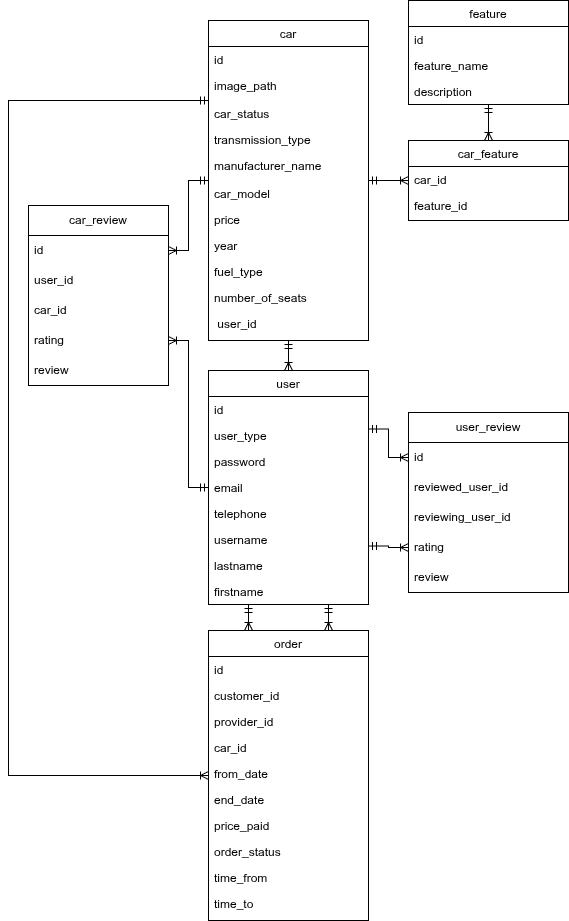
Before: Doc/databaseScheme.drawio.png, a diagram exported from draw.io (Nezerpz/IDATA2306-Project-2025). Source tidied: cells renumbered, new cells last; positions are measured from the earlier drawing's top-left corner, leaving out a move shared by most shapes.
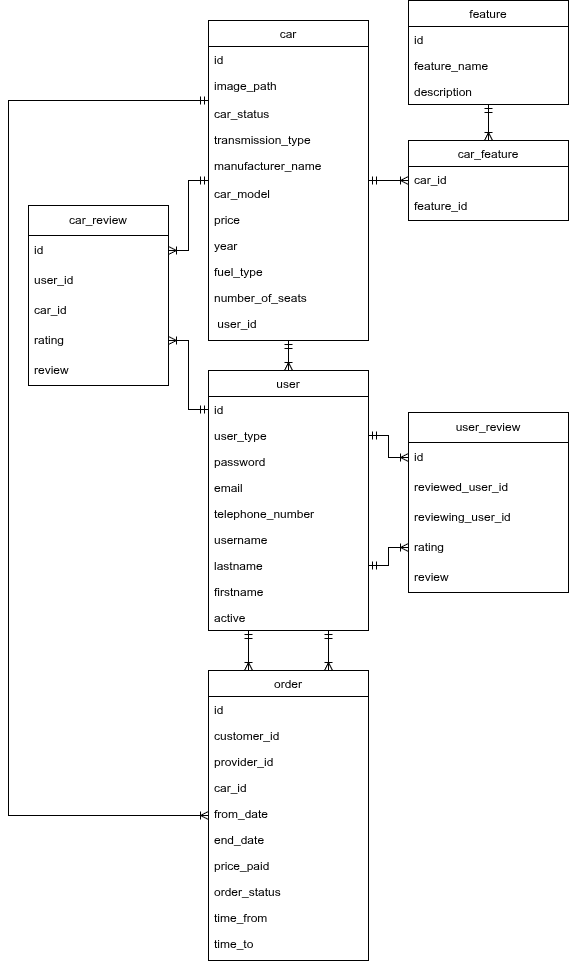
The same file after the commit.

Diff of the diagram source:
```diff
@@ -39,7 +39,7 @@
       <mxGeometry y="290" width="160" height="26" as="geometry" />
     </mxCell>
     <mxCell id="14" value="order" style="swimlane;fontStyle=0;align=center;verticalAlign=top;horizontal=1;startSize=26;rounded=0;shadow=0;strokeWidth=1;" parent="1" vertex="1">
-      <mxGeometry x="200" y="630" width="160" height="290" as="geometry" />
+      <mxGeometry x="200" y="670" width="160" height="290" as="geometry" />
     </mxCell>
     <mxCell id="15" value="id" style="text;align=left;verticalAlign=top;spacingLeft=4;spacingRight=4;overflow=hidden;" parent="14" vertex="1">
       <mxGeometry y="26" width="160" height="26" as="geometry" />
@@ -88,7 +88,7 @@
       </mxGeometry>
     </mxCell>
     <mxCell id="29" value="user" style="swimlane;fontStyle=0;align=center;verticalAlign=top;horizontal=1;startSize=26;rounded=0;shadow=0;strokeWidth=1;" parent="1" vertex="1">
-      <mxGeometry x="200" y="370" width="160" height="234" as="geometry" />
+      <mxGeometry x="200" y="370" width="160" height="260" as="geometry" />
     </mxCell>
     <mxCell id="30" value="id" style="text;align=left;verticalAlign=top;spacingLeft=4;spacingRight=4;overflow=hidden;points=[[0,0.5],[1,0.5]];portConstraint=eastwest;" parent="29" vertex="1">
       <mxGeometry y="26" width="160" height="26" as="geometry" />
@@ -102,7 +102,7 @@
     <mxCell id="33" value="email" style="text;align=left;verticalAlign=top;spacingLeft=4;spacingRight=4;overflow=hidden;" parent="29" vertex="1">
       <mxGeometry y="104" width="160" height="26" as="geometry" />
     </mxCell>
-    <mxCell id="34" value="telephone" style="text;align=left;verticalAlign=top;spacingLeft=4;spacingRight=4;overflow=hidden;" parent="29" vertex="1">
+    <mxCell id="34" value="telephone_number" style="text;align=left;verticalAlign=top;spacingLeft=4;spacingRight=4;overflow=hidden;" parent="29" vertex="1">
       <mxGeometry y="130" width="160" height="26" as="geometry" />
     </mxCell>
     <mxCell id="35" value="username" style="text;align=left;verticalAlign=top;spacingLeft=4;spacingRight=4;overflow=hidden;" parent="29" vertex="1">
@@ -114,6 +114,9 @@
     <mxCell id="37" value="firstname" style="text;align=left;verticalAlign=top;spacingLeft=4;spacingRight=4;overflow=hidden;" parent="29" vertex="1">
       <mxGeometry y="208" width="160" height="26" as="geometry" />
     </mxCell>
+    <mxCell id="63" value="active" style="text;align=left;verticalAlign=top;spacingLeft=4;spacingRight=4;overflow=hidden;" parent="29" vertex="1">
+      <mxGeometry y="234" width="160" height="26" as="geometry" />
+    </mxCell>
     <mxCell id="38" value="feature" style="swimlane;fontStyle=0;align=center;verticalAlign=top;horizontal=1;startSize=26;rounded=0;shadow=0;strokeWidth=1;" parent="1" vertex="1">
       <mxGeometry x="400" width="160" height="104" as="geometry" />
     </mxCell>
@@ -187,7 +190,7 @@
     <mxCell id="60" value="review" style="text;strokeColor=none;fillColor=none;align=left;verticalAlign=middle;spacingLeft=4;spacingRight=4;overflow=hidden;whiteSpace=wrap;html=1;" parent="55" vertex="1">
       <mxGeometry y="150" width="140" height="30" as="geometry" />
     </mxCell>
-    <mxCell id="61" style="edgeStyle=orthogonalEdgeStyle;rounded=0;jettySize=auto;html=1;endArrow=ERmandOne;endFill=0;startArrow=ERoneToMany;startFill=0;entryX=0;entryY=0.5;entryDx=0;entryDy=0;exitX=1;exitY=0.75;exitDx=0;exitDy=0;" parent="1" edge="1" source="55" target="29">
+    <mxCell id="61" style="edgeStyle=orthogonalEdgeStyle;rounded=0;jettySize=auto;html=1;endArrow=ERmandOne;endFill=0;startArrow=ERoneToMany;startFill=0;entryX=0;entryY=0.5;entryDx=0;entryDy=0;exitX=1;exitY=0.75;exitDx=0;exitDy=0;" parent="1" edge="1" source="55" target="30">
       <mxGeometry relative="1" as="geometry" />
     </mxCell>
     <mxCell id="62" style="edgeStyle=orthogonalEdgeStyle;rounded=0;jettySize=auto;html=1;endArrow=ERmandOne;endFill=0;startArrow=ERoneToMany;startFill=0;entryX=0;entryY=0.5;entryDx=0;entryDy=0;exitX=1;exitY=0.25;exitDx=0;exitDy=0;" parent="1" edge="1" source="55" target="2">
```
